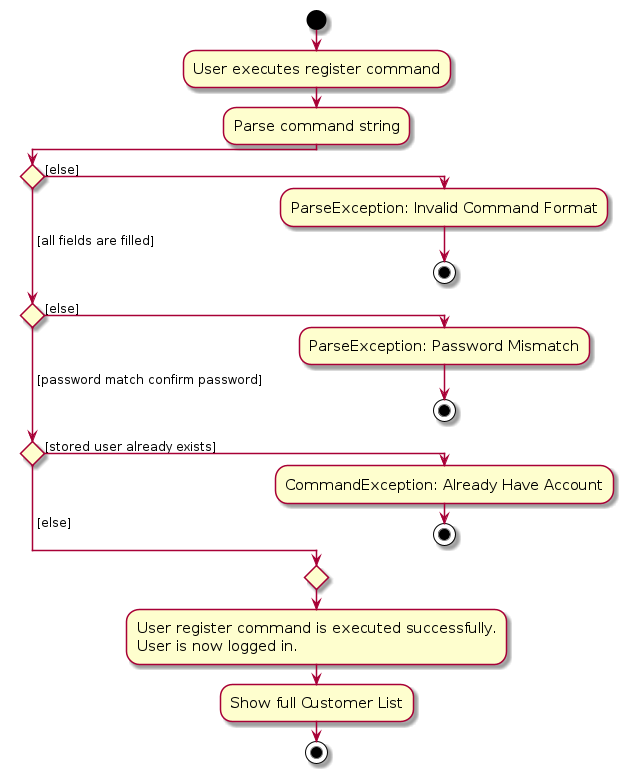
The PlantUML diagram diagrams/UserRegisterActivityDiagram.png in zhonghan721/tp, before a commit. Its source is kept beside it as diagrams/UserRegisterActivityDiagram.puml.
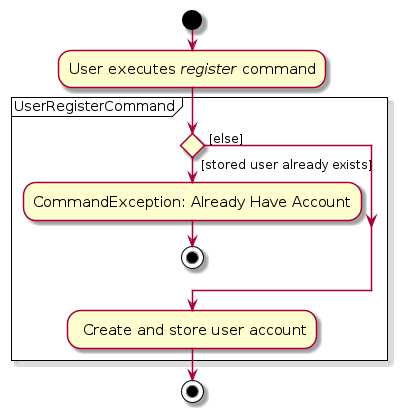
The same diagram one commit later.

What changed in the source:
```diff
@@ -4,23 +4,16 @@
 skinparam ArrowFontSize 12
 !pragma useVerticalIf on
 start
-:User executes register command;
-:Parse command string;
+:User executes <i>register</i> command;
 
-if () then ([else])
-    :ParseException: Invalid Command Format;
-    stop
-( [all fields are filled]) elseif () then ([else])
-    :ParseException: Password Mismatch;
-    stop
-( [password match confirm password]) elseif () then ([stored user already exists])
-    :CommandException: Already Have Account;
-    stop
-else ( [else])
-endif
-:User register command is executed successfully.
-User is now logged in.;
-:Show full Customer List;
+partition UserRegisterCommand {
+    if () then ( [stored user already exists])
+        :CommandException: Already Have Account;
+        stop
+    else ( [else])
+    endif
+    : Create and store user account;
+}
 
 stop
 @enduml
```
